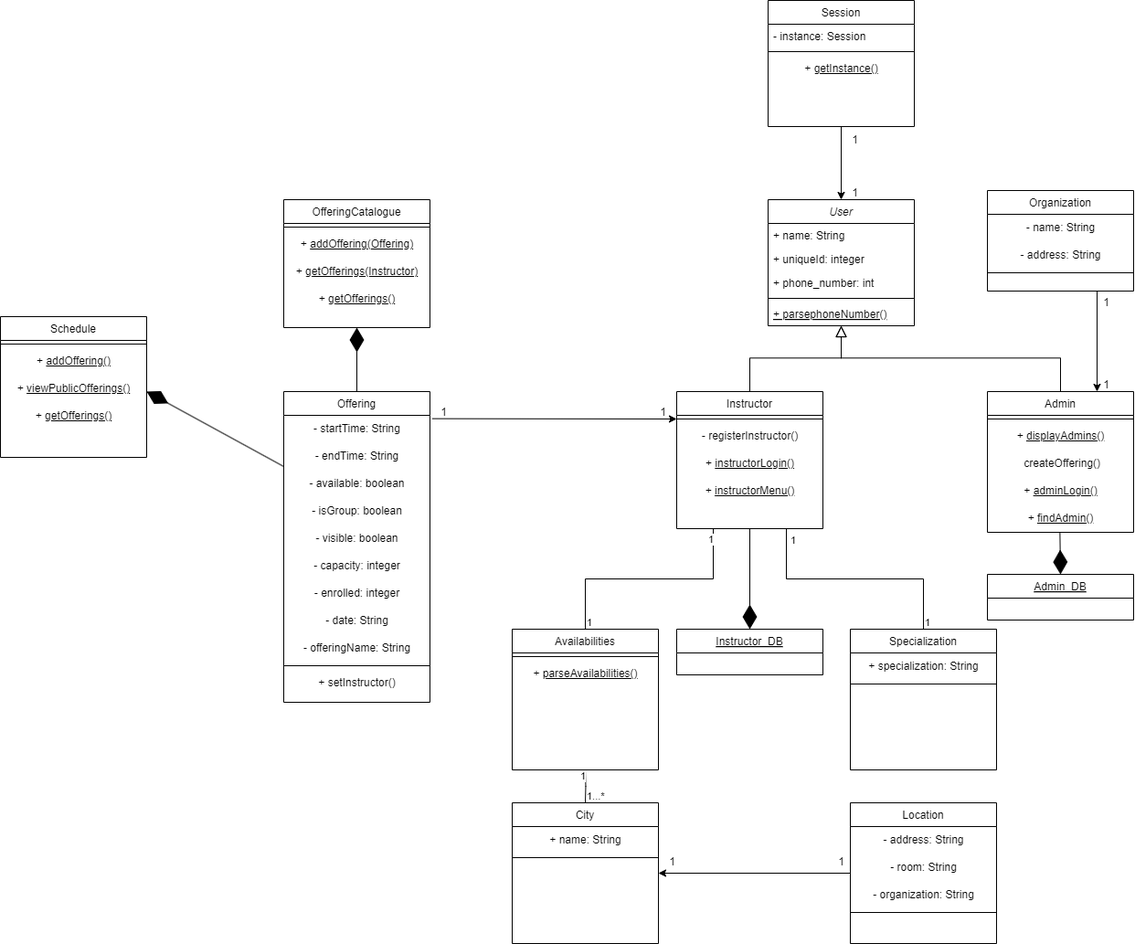
Before: TechnicalArtifacts/Class_Diagram.drawio.png, a diagram exported from draw.io (dbal0503/SOEN342Project). Source tidied: cells renumbered, new cells last; positions are measured from the earlier drawing's top-left corner, leaving out a move shared by most shapes.
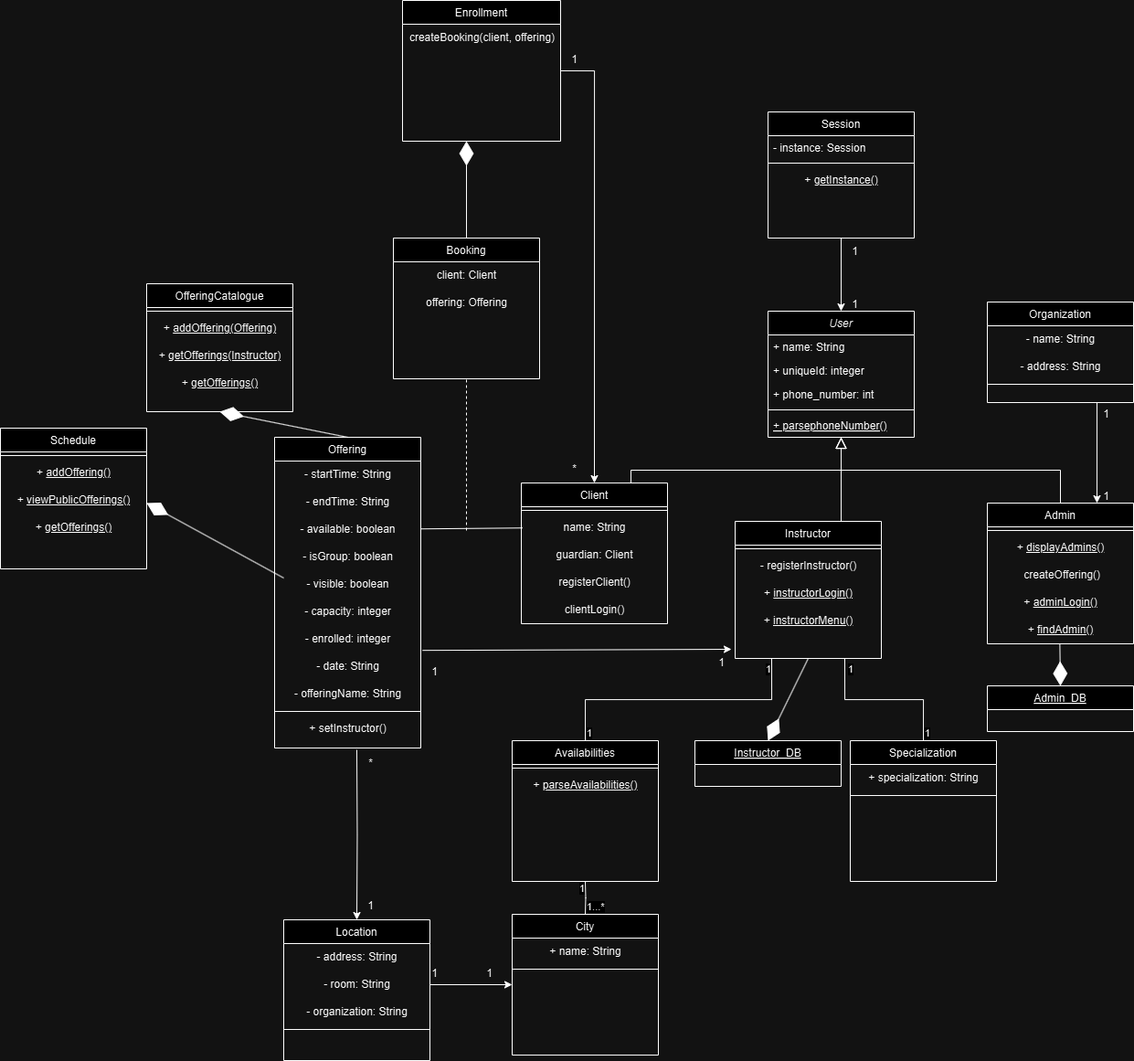
After the commit.

Commit message:
Updated Class Diagram

Added enrollment, booking, and client

What changed in the source:
```diff
@@ -21,7 +21,7 @@
       <mxGeometry y="112" width="160" height="26" as="geometry" />
     </mxCell>
     <mxCell id="8" value="Instructor" style="swimlane;fontStyle=0;align=center;verticalAlign=top;horizontal=1;startSize=26;rounded=0;shadow=0;strokeWidth=1;" parent="1" vertex="1">
-      <mxGeometry x="740" y="428" width="160" height="150" as="geometry" />
+      <mxGeometry x="804" y="448" width="160" height="150" as="geometry" />
     </mxCell>
     <mxCell id="9" style="line;html=1;strokeWidth=1;align=left;verticalAlign=middle;spacingTop=-1;spacingLeft=3;spacingRight=3;labelPosition=right;" parent="8" vertex="1">
       <mxGeometry y="26" width="160" height="8" as="geometry" />
@@ -36,7 +36,11 @@
       <mxGeometry y="94" width="160" height="30" as="geometry" />
     </mxCell>
     <mxCell id="13" style="endArrow=block;endSize=10;endFill=0;shadow=0;strokeWidth=1;rounded=0;curved=0;edgeStyle=elbowEdgeStyle;elbow=vertical;" parent="1" edge="1" source="8" target="2">
-      <mxGeometry relative="1" as="geometry" />
+      <mxGeometry relative="1" as="geometry">
+        <Array as="points">
+          <mxPoint x="920" y="388" />
+        </Array>
+      </mxGeometry>
     </mxCell>
     <mxCell id="14" value="Admin" style="swimlane;fontStyle=0;align=center;verticalAlign=top;horizontal=1;startSize=26;rounded=0;shadow=0;strokeWidth=1;" parent="1" vertex="1">
       <mxGeometry x="1080" y="428" width="160" height="154" as="geometry" />
@@ -69,7 +73,7 @@
       <mxGeometry y="34" width="160" height="30" as="geometry" />
     </mxCell>
     <mxCell id="24" value="Instructor_DB" style="swimlane;fontStyle=4;align=center;verticalAlign=top;horizontal=1;startSize=26;rounded=0;shadow=0;strokeWidth=1;" parent="1" vertex="1">
-      <mxGeometry x="740" y="688" width="160" height="50" as="geometry" />
+      <mxGeometry x="760" y="688" width="160" height="50" as="geometry" />
     </mxCell>
     <mxCell id="25" value="Specialization" style="swimlane;fontStyle=0;align=center;verticalAlign=top;horizontal=1;startSize=26;rounded=0;shadow=0;strokeWidth=1;" parent="1" vertex="1">
       <mxGeometry x="930" y="688" width="160" height="154" as="geometry" />
@@ -135,11 +139,8 @@
         <mxPoint y="15" as="offset" />
       </mxGeometry>
     </mxCell>
-    <mxCell id="43" style="edgeStyle=orthogonalEdgeStyle;rounded=0;jettySize=auto;html=1;entryX=1;entryY=0.5;entryDx=0;entryDy=0;" parent="1" edge="1" source="44" target="37">
-      <mxGeometry relative="1" as="geometry" />
-    </mxCell>
     <mxCell id="44" value="Location" style="swimlane;fontStyle=0;align=center;verticalAlign=top;horizontal=1;startSize=26;rounded=0;shadow=0;strokeWidth=1;" parent="1" vertex="1">
-      <mxGeometry x="930" y="878" width="160" height="154" as="geometry" />
+      <mxGeometry x="310" y="884" width="160" height="154" as="geometry" />
     </mxCell>
     <mxCell id="45" value="- address: String" style="text;html=1;align=center;verticalAlign=middle;strokeColor=none;fillColor=none;" parent="44" vertex="1">
       <mxGeometry y="26" width="160" height="30" as="geometry" />
@@ -154,13 +155,13 @@
       <mxGeometry y="116" width="160" height="8" as="geometry" />
     </mxCell>
     <mxCell id="49" value="1" style="text;html=1;align=center;verticalAlign=middle;strokeColor=none;fillColor=none;" parent="1" vertex="1">
-      <mxGeometry x="720" y="928" width="30" height="30" as="geometry" />
+      <mxGeometry x="520" y="928" width="30" height="30" as="geometry" />
     </mxCell>
     <mxCell id="50" value="1" style="text;html=1;align=center;verticalAlign=middle;strokeColor=none;fillColor=none;" parent="1" vertex="1">
-      <mxGeometry x="905" y="928" width="30" height="30" as="geometry" />
+      <mxGeometry x="460" y="928" width="30" height="30" as="geometry" />
     </mxCell>
     <mxCell id="51" value="Offering" style="swimlane;fontStyle=0;align=center;verticalAlign=top;horizontal=1;startSize=26;rounded=0;shadow=0;strokeWidth=1;" parent="1" vertex="1">
-      <mxGeometry x="310" y="428" width="160" height="340" as="geometry" />
+      <mxGeometry x="300" y="356" width="160" height="340" as="geometry" />
     </mxCell>
     <mxCell id="52" value="- startTime: String" style="text;html=1;align=center;verticalAlign=middle;points=[];strokeColor=none;fillColor=none;" parent="51" vertex="1">
       <mxGeometry y="26" width="160" height="30" as="geometry" />
@@ -195,19 +196,19 @@
     <mxCell id="62" value="+ setInstructor()" style="text;html=1;align=center;verticalAlign=middle;strokeColor=none;fillColor=none;" parent="51" vertex="1">
       <mxGeometry y="304" width="160" height="30" as="geometry" />
     </mxCell>
-    <mxCell id="63" style="endArrow=classic;html=1;rounded=0;exitX=1.016;exitY=0.121;exitDx=0;exitDy=0;exitPerimeter=0;" parent="1" edge="1" source="52">
+    <mxCell id="63" style="endArrow=classic;html=1;rounded=0;exitX=1.012;exitY=0.906;exitDx=0;exitDy=0;exitPerimeter=0;" parent="1" edge="1" source="58">
       <mxGeometry relative="1" as="geometry">
-        <mxPoint x="740" y="458" as="targetPoint" />
+        <mxPoint x="800" y="588" as="targetPoint" />
       </mxGeometry>
     </mxCell>
     <mxCell id="64" value="1" style="text;html=1;align=center;verticalAlign=middle;strokeColor=none;fillColor=none;" parent="1" vertex="1">
-      <mxGeometry x="470" y="436" width="30" height="30" as="geometry" />
+      <mxGeometry x="460" y="598" width="30" height="30" as="geometry" />
     </mxCell>
     <mxCell id="65" value="1" style="text;html=1;align=center;verticalAlign=middle;strokeColor=none;fillColor=none;" parent="1" vertex="1">
-      <mxGeometry x="710" y="436" width="30" height="30" as="geometry" />
+      <mxGeometry x="774" y="588" width="30" height="30" as="geometry" />
     </mxCell>
     <mxCell id="66" value="OfferingCatalogue" style="swimlane;fontStyle=0;align=center;verticalAlign=top;horizontal=1;startSize=26;rounded=0;shadow=0;strokeWidth=1;" parent="1" vertex="1">
-      <mxGeometry x="310" y="218" width="160" height="140" as="geometry" />
+      <mxGeometry x="160" y="188" width="160" height="140" as="geometry" />
     </mxCell>
     <mxCell id="67" style="line;html=1;strokeWidth=1;align=left;verticalAlign=middle;spacingTop=-1;spacingLeft=3;spacingRight=3;labelPosition=right;" parent="66" vertex="1">
       <mxGeometry y="26" width="160" height="8" as="geometry" />
@@ -287,5 +288,82 @@
     <mxCell id="91" value="1" style="text;html=1;align=center;verticalAlign=middle;strokeColor=none;fillColor=none;" parent="1" vertex="1">
       <mxGeometry x="1195" y="406" width="30" height="30" as="geometry" />
     </mxCell>
+    <mxCell id="92" style="edgeStyle=orthogonalEdgeStyle;rounded=0;jettySize=auto;html=1;entryX=0;entryY=0.5;entryDx=0;entryDy=0;" parent="1" edge="1" source="46" target="37">
+      <mxGeometry relative="1" as="geometry" />
+    </mxCell>
+    <mxCell id="93" style="edgeStyle=orthogonalEdgeStyle;rounded=0;jettySize=auto;html=1;entryX=0.5;entryY=0;entryDx=0;entryDy=0;" parent="1" edge="1" target="44">
+      <mxGeometry relative="1" as="geometry">
+        <mxPoint x="390" y="698" as="sourcePoint" />
+      </mxGeometry>
+    </mxCell>
+    <mxCell id="94" value="1" style="text;html=1;align=center;verticalAlign=middle;strokeColor=none;fillColor=none;" parent="1" vertex="1">
+      <mxGeometry x="390" y="854" width="30" height="30" as="geometry" />
+    </mxCell>
+    <mxCell id="95" value="*" style="text;html=1;align=center;verticalAlign=middle;strokeColor=none;fillColor=none;" parent="1" vertex="1">
+      <mxGeometry x="390" y="698" width="30" height="30" as="geometry" />
+    </mxCell>
+    <mxCell id="96" value="Client" style="swimlane;fontStyle=0;align=center;verticalAlign=top;horizontal=1;startSize=26;rounded=0;shadow=0;strokeWidth=1;" parent="1" vertex="1">
+      <mxGeometry x="570" y="406" width="160" height="154" as="geometry" />
+    </mxCell>
+    <mxCell id="97" style="line;html=1;strokeWidth=1;align=left;verticalAlign=middle;spacingTop=-1;spacingLeft=3;spacingRight=3;labelPosition=right;" parent="96" vertex="1">
+      <mxGeometry y="26" width="160" height="8" as="geometry" />
+    </mxCell>
+    <mxCell id="98" value="name: String" style="text;html=1;align=center;verticalAlign=middle;points=[];strokeColor=none;fillColor=none;" parent="96" vertex="1">
+      <mxGeometry y="34" width="160" height="30" as="geometry" />
+    </mxCell>
+    <mxCell id="99" value="guardian: Client" style="text;html=1;align=center;verticalAlign=middle;strokeColor=none;fillColor=none;" parent="96" vertex="1">
+      <mxGeometry y="64" width="160" height="30" as="geometry" />
+    </mxCell>
+    <mxCell id="100" value="registerClient()" style="text;html=1;align=center;verticalAlign=middle;strokeColor=none;fillColor=none;" parent="96" vertex="1">
+      <mxGeometry y="94" width="160" height="30" as="geometry" />
+    </mxCell>
+    <mxCell id="101" value="clientLogin()" style="text;html=1;align=center;verticalAlign=middle;strokeColor=none;fillColor=none;" parent="96" vertex="1">
+      <mxGeometry y="124" width="160" height="30" as="geometry" />
+    </mxCell>
+    <mxCell id="102" style="endArrow=block;endSize=10;endFill=0;shadow=0;strokeWidth=1;rounded=0;curved=0;edgeStyle=elbowEdgeStyle;elbow=vertical;exitX=0.75;exitY=0;exitDx=0;exitDy=0;" parent="1" edge="1" source="96">
+      <mxGeometry relative="1" as="geometry">
+        <mxPoint x="920" y="356" as="targetPoint" />
+        <Array as="points">
+          <mxPoint x="720" y="392" />
+        </Array>
+      </mxGeometry>
+    </mxCell>
+    <mxCell id="103" value="Booking" style="swimlane;fontStyle=0;align=center;verticalAlign=top;horizontal=1;startSize=26;rounded=0;shadow=0;strokeWidth=1;" parent="1" vertex="1">
+      <mxGeometry x="430" y="138" width="160" height="154" as="geometry" />
+    </mxCell>
+    <mxCell id="104" value="client: Client" style="text;html=1;align=center;verticalAlign=middle;strokeColor=none;fillColor=none;" parent="103" vertex="1">
+      <mxGeometry y="26" width="160" height="30" as="geometry" />
+    </mxCell>
+    <mxCell id="105" value="offering: Offering" style="text;html=1;align=center;verticalAlign=middle;strokeColor=none;fillColor=none;" parent="103" vertex="1">
+      <mxGeometry y="56" width="160" height="30" as="geometry" />
+    </mxCell>
+    <mxCell id="106" style="endArrow=none;html=1;rounded=0;entryX=0.008;entryY=0.508;entryDx=0;entryDy=0;entryPerimeter=0;" parent="1" edge="1" source="54" target="98">
+      <mxGeometry relative="1" as="geometry" />
+    </mxCell>
+    <mxCell id="107" style="endArrow=none;dashed=1;html=1;rounded=0;entryX=0.5;entryY=1;entryDx=0;entryDy=0;" parent="1" edge="1" target="103">
+      <mxGeometry relative="1" as="geometry">
+        <mxPoint x="510" y="458" as="sourcePoint" />
+      </mxGeometry>
+    </mxCell>
+    <mxCell id="108" style="edgeStyle=orthogonalEdgeStyle;rounded=0;jettySize=auto;html=1;exitX=1;exitY=0.5;exitDx=0;exitDy=0;entryX=0.5;entryY=0;entryDx=0;entryDy=0;" parent="1" edge="1" source="109" target="96">
+      <mxGeometry relative="1" as="geometry" />
+    </mxCell>
+    <mxCell id="109" value="Enrollment" style="swimlane;fontStyle=0;align=center;verticalAlign=top;horizontal=1;startSize=26;rounded=0;shadow=0;strokeWidth=1;" parent="1" vertex="1">
+      <mxGeometry x="440" y="-122" width="173" height="154" as="geometry" />
+    </mxCell>
+    <mxCell id="110" value="createBooking(client, offering)" style="text;html=1;align=center;verticalAlign=middle;strokeColor=none;fillColor=none;" parent="109" vertex="1">
+      <mxGeometry y="26" width="173" height="30" as="geometry" />
+    </mxCell>
+    <mxCell id="111" style="endArrow=diamondThin;endFill=1;endSize=24;html=1;rounded=0;exitX=0.5;exitY=0;exitDx=0;exitDy=0;entryX=1;entryY=0;entryDx=0;entryDy=0;" parent="1" edge="1" source="103">
+      <mxGeometry relative="1" as="geometry">
+        <mxPoint x="510" y="32" as="targetPoint" />
+      </mxGeometry>
+    </mxCell>
+    <mxCell id="112" value="1" style="text;html=1;align=center;verticalAlign=middle;strokeColor=none;fillColor=none;" parent="1" vertex="1">
+      <mxGeometry x="613" y="-72" width="30" height="30" as="geometry" />
+    </mxCell>
+    <mxCell id="113" value="*" style="text;html=1;align=center;verticalAlign=middle;strokeColor=none;fillColor=none;" parent="1" vertex="1">
+      <mxGeometry x="613" y="376" width="30" height="30" as="geometry" />
+    </mxCell>
   </root>
 </mxGraphModel>
```
